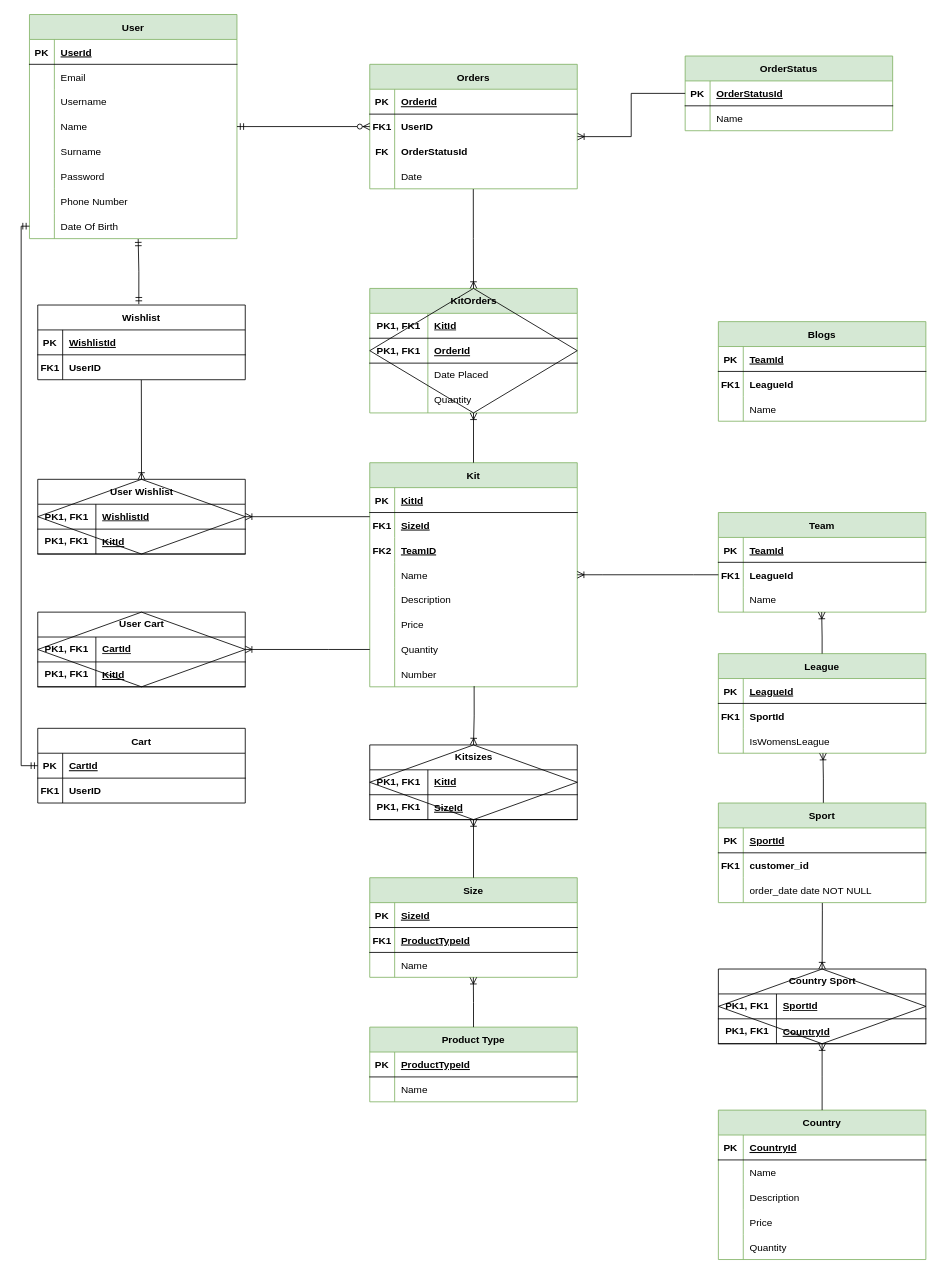
cssedi/vintage-kitman.app keeps this draw.io diagram as Docs/vintagekitmanERD.drawio. Above is the earlier version. Source tidied: cells renumbered, new cells numbered last; positions are measured from the earlier drawing's top-left corner, leaving out a move shared by most shapes. Both pictures are drawn from the tidied source at 83%, with x=0, y=0 at pixel (29, 14).
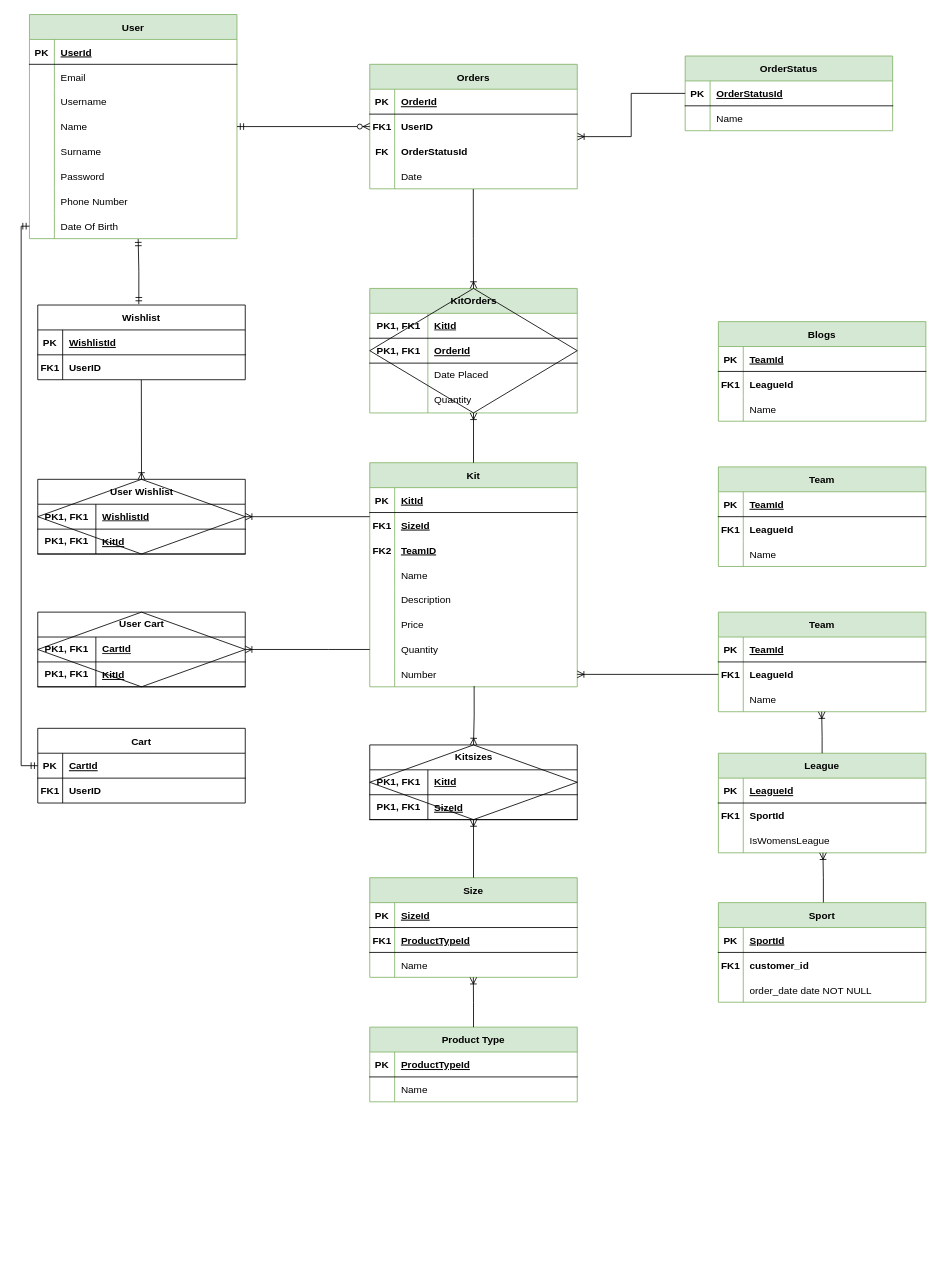
Above is the later version.

The change refers to these unchanged cells:
```xml
<mxCell id="50" style="shape=partialRectangle;fillColor=none;points=[[0,0.5],[1,0.5]];portConstraint=eastwest;top=0;left=0;right=0;bottom=0;" parent="40" vertex="1">
  <mxGeometry y="120" width="250" height="30" as="geometry" />
</mxCell>
<mxCell id="62" style="shape=partialRectangle;fillColor=none;points=[[0,0.5],[1,0.5]];portConstraint=eastwest;top=0;left=0;right=0;bottom=0;" parent="40" vertex="1">
  <mxGeometry y="240" width="250" height="30" as="geometry" />
</mxCell>
<mxCell id="88" style="shape=partialRectangle;fillColor=none;points=[[0,0.5],[1,0.5]];portConstraint=eastwest;top=0;left=0;right=0;bottom=0;" parent="81" vertex="1">
  <mxGeometry y="90" width="250" height="30" as="geometry" />
</mxCell>
<mxCell id="132" style="shape=partialRectangle;fillColor=none;points=[[0,0.5],[1,0.5]];portConstraint=eastwest;top=0;left=0;right=0;bottom=0;" parent="128" vertex="1">
  <mxGeometry y="60" width="250" height="30" as="geometry" />
</mxCell>
```

Diff of the diagram source:
```diff
@@
     <mxCell id="81" value="Sport" style="shape=table;startSize=30;childLayout=tableLayout;rowLines=0;fontStyle=1;align=center;fillColor=#d5e8d4;strokeColor=#82b366;" parent="1" vertex="1">
-      <mxGeometry x="830" y="950" width="250" height="120" as="geometry" />
+      <mxGeometry x="830" y="1070" width="250" height="120" as="geometry" />
     </mxCell>
@@
-    <mxCell id="91" value="Country" style="shape=table;startSize=30;childLayout=tableLayout;rowLines=0;fontStyle=1;align=center;fillColor=#d5e8d4;strokeColor=#82b366;" parent="1" vertex="1">
-      <mxGeometry x="830" y="1320" width="250" height="180" as="geometry" />
-    </mxCell>
-    <mxCell id="92" style="shape=partialRectangle;fillColor=none;top=0;left=0;right=0;bottom=1;" parent="91" vertex="1">
-      <mxGeometry y="30" width="250" height="30" as="geometry" />
-    </mxCell>
-    <mxCell id="93" value="PK" style="shape=partialRectangle;overflow=hidden;fillColor=none;top=0;left=0;bottom=0;right=0;fontStyle=1;" parent="92" vertex="1">
-      <mxGeometry width="30" height="30" as="geometry" />
-    </mxCell>
-    <mxCell id="94" value="CountryId" style="shape=partialRectangle;overflow=hidden;fillColor=none;top=0;left=0;bottom=0;right=0;align=left;spacingLeft=6;fontStyle=5;" parent="92" vertex="1">
-      <mxGeometry x="30" width="220" height="30" as="geometry" />
-    </mxCell>
-    <mxCell id="95" style="shape=partialRectangle;fillColor=none;top=0;left=0;right=0;bottom=0;" parent="91" vertex="1">
-      <mxGeometry y="60" width="250" height="30" as="geometry" />
-    </mxCell>
-    <mxCell id="96" style="shape=partialRectangle;overflow=hidden;fillColor=none;top=0;left=0;bottom=0;right=0;" parent="95" vertex="1">
-      <mxGeometry width="30" height="30" as="geometry" />
-    </mxCell>
-    <mxCell id="97" value="Name" style="shape=partialRectangle;overflow=hidden;fillColor=none;top=0;left=0;bottom=0;right=0;align=left;spacingLeft=6;" parent="95" vertex="1">
-      <mxGeometry x="30" width="220" height="30" as="geometry" />
-    </mxCell>
-    <mxCell id="98" style="shape=partialRectangle;fillColor=none;top=0;left=0;right=0;bottom=0;" parent="91" vertex="1">
-      <mxGeometry y="90" width="250" height="30" as="geometry" />
-    </mxCell>
-    <mxCell id="99" style="shape=partialRectangle;overflow=hidden;fillColor=none;top=0;left=0;bottom=0;right=0;" parent="98" vertex="1">
-      <mxGeometry width="30" height="30" as="geometry" />
-    </mxCell>
-    <mxCell id="100" value="Description" style="shape=partialRectangle;overflow=hidden;fillColor=none;top=0;left=0;bottom=0;right=0;align=left;spacingLeft=6;" parent="98" vertex="1">
-      <mxGeometry x="30" width="220" height="30" as="geometry" />
-    </mxCell>
-    <mxCell id="101" style="shape=partialRectangle;fillColor=none;top=0;left=0;right=0;bottom=0;" parent="91" vertex="1">
-      <mxGeometry y="120" width="250" height="30" as="geometry" />
-    </mxCell>
-    <mxCell id="102" style="shape=partialRectangle;overflow=hidden;fillColor=none;top=0;left=0;bottom=0;right=0;" parent="101" vertex="1">
-      <mxGeometry width="30" height="30" as="geometry" />
-    </mxCell>
-    <mxCell id="103" value="Price" style="shape=partialRectangle;overflow=hidden;fillColor=none;top=0;left=0;bottom=0;right=0;align=left;spacingLeft=6;" parent="101" vertex="1">
-      <mxGeometry x="30" width="220" height="30" as="geometry" />
-    </mxCell>
-    <mxCell id="104" style="shape=partialRectangle;fillColor=none;top=0;left=0;right=0;bottom=0;" parent="91" vertex="1">
-      <mxGeometry y="150" width="250" height="30" as="geometry" />
-    </mxCell>
-    <mxCell id="105" style="shape=partialRectangle;overflow=hidden;fillColor=none;top=0;left=0;bottom=0;right=0;" parent="104" vertex="1">
-      <mxGeometry width="30" height="30" as="geometry" />
-    </mxCell>
-    <mxCell id="106" value="Quantity" style="shape=partialRectangle;overflow=hidden;fillColor=none;top=0;left=0;bottom=0;right=0;align=left;spacingLeft=6;" parent="104" vertex="1">
-      <mxGeometry x="30" width="220" height="30" as="geometry" />
-    </mxCell>
-    <mxCell id="107" value="Country Sport" style="shape=table;startSize=30;childLayout=tableLayout;rowLines=0;fontStyle=1;align=center;html=1;" parent="1" vertex="1">
-      <mxGeometry x="830" y="1150" width="250" height="90" as="geometry" />
-    </mxCell>
-    <mxCell id="108" style="shape=tableRow;horizontal=0;startSize=0;swimlaneHead=0;swimlaneBody=0;fillColor=none;top=0;left=0;right=0;bottom=1;" parent="107" vertex="1">
-      <mxGeometry y="30" width="250" height="30" as="geometry" />
-    </mxCell>
-    <mxCell id="109" value="PK1, FK1" style="shape=partialRectangle;fillColor=none;top=0;left=0;bottom=0;right=0;fontStyle=1;overflow=hidden;whiteSpace=wrap;html=1;" parent="108" vertex="1">
-      <mxGeometry width="70" height="30" as="geometry" />
-    </mxCell>
-    <mxCell id="110" value="SportId" style="shape=partialRectangle;fillColor=none;top=0;left=0;bottom=0;right=0;align=left;spacingLeft=6;fontStyle=5;overflow=hidden;whiteSpace=wrap;html=1;" parent="108" vertex="1">
-      <mxGeometry x="70" width="180" height="30" as="geometry" />
-    </mxCell>
-    <mxCell id="111" style="shape=tableRow;horizontal=0;startSize=0;swimlaneHead=0;swimlaneBody=0;fillColor=none;top=0;left=0;right=0;bottom=1;" parent="107" vertex="1">
-      <mxGeometry y="60" width="250" height="30" as="geometry" />
-    </mxCell>
-    <mxCell id="112" style="shape=partialRectangle;fillColor=none;top=0;left=0;bottom=0;right=0;fontStyle=1;overflow=hidden;whiteSpace=wrap;html=1;" parent="111" vertex="1">
-      <mxGeometry width="70" height="30" as="geometry" />
-    </mxCell>
-    <mxCell id="113" style="shape=partialRectangle;fillColor=none;top=0;left=0;bottom=0;right=0;align=left;spacingLeft=6;fontStyle=5;overflow=hidden;whiteSpace=wrap;html=1;" parent="111" vertex="1">
-      <mxGeometry x="70" width="180" height="30" as="geometry" />
-    </mxCell>
-    <mxCell id="114" value="PK1, FK1" style="shape=partialRectangle;fillColor=none;top=0;left=0;bottom=0;right=0;fontStyle=1;overflow=hidden;whiteSpace=wrap;html=1;" parent="1" vertex="1">
-      <mxGeometry x="830" y="1210" width="70" height="30" as="geometry" />
-    </mxCell>
-    <mxCell id="115" value="CountryId" style="shape=partialRectangle;overflow=hidden;fillColor=none;top=0;left=0;bottom=0;right=0;align=left;spacingLeft=6;fontStyle=5;" parent="1" vertex="1">
-      <mxGeometry x="900" y="1210" width="180" height="30" as="geometry" />
-    </mxCell>
-    <mxCell id="116" style="shape=rhombus;perimeter=rhombusPerimeter;whiteSpace=wrap;html=1;align=center;fillColor=none;" parent="1" vertex="1">
-      <mxGeometry x="830" y="1150" width="250" height="90" as="geometry" />
-    </mxCell>
     <mxCell id="117" value="League" style="shape=table;startSize=30;childLayout=tableLayout;rowLines=0;fontStyle=1;align=center;fillColor=#d5e8d4;strokeColor=#82b366;" parent="1" vertex="1">
-      <mxGeometry x="830" y="770" width="250" height="120" as="geometry" />
+      <mxGeometry x="830" y="890" width="250" height="120" as="geometry" />
     </mxCell>
@@
     <mxCell id="127" style="edgeStyle=orthogonalEdgeStyle;fontSize=12;html=1;endArrow=ERoneToMany;rounded=0;exitX=0.506;exitY=-0.002;exitDx=0;exitDy=0;exitPerimeter=0;" parent="1" edge="1" source="81">
       <mxGeometry relative="1" as="geometry">
-        <mxPoint x="956" y="890" as="targetPoint" />
+        <mxPoint x="956" y="1010" as="targetPoint" />
         <Array as="points">
-          <mxPoint x="957" y="920" />
-          <mxPoint x="956" y="920" />
+          <mxPoint x="957" y="1040" />
+          <mxPoint x="956" y="1040" />
         </Array>
       </mxGeometry>
     </mxCell>
     <mxCell id="128" value="Team" style="shape=table;startSize=30;childLayout=tableLayout;rowLines=0;fontStyle=1;align=center;fillColor=#d5e8d4;strokeColor=#82b366;" parent="1" vertex="1">
-      <mxGeometry x="830" y="600" width="250" height="120" as="geometry" />
+      <mxGeometry x="830" y="720" width="250" height="120" as="geometry" />
     </mxCell>
@@
-    <mxCell id="145" style="edgeStyle=entityRelationEdgeStyle;fontSize=12;html=1;endArrow=ERoneToMany;rounded=0;entryX=1;entryY=0.5;entryDx=0;entryDy=0;exitX=0;exitY=0.5;exitDx=0;exitDy=0;" parent="1" edge="1" source="132" target="50">
+    <mxCell id="145" style="edgeStyle=orthogonalEdgeStyle;fontSize=12;html=1;endArrow=ERoneToMany;rounded=0;exitX=0;exitY=0.5;exitDx=0;exitDy=0;entryX=1;entryY=0.5;entryDx=0;entryDy=0;" parent="1" edge="1" source="132" target="62">
       <mxGeometry relative="1" as="geometry" />
     </mxCell>
     <mxCell id="146" style="edgeStyle=orthogonalEdgeStyle;fontSize=12;html=1;endArrow=ERoneToMany;rounded=0;exitX=0.5;exitY=0;exitDx=0;exitDy=0;" parent="1" edge="1" source="117">
       <mxGeometry relative="1" as="geometry">
-        <mxPoint x="954.5" y="720" as="targetPoint" />
+        <mxPoint x="954.5" y="840" as="targetPoint" />
         <Array as="points">
-          <mxPoint x="955" y="750" />
-          <mxPoint x="955" y="750" />
+          <mxPoint x="955" y="870" />
+          <mxPoint x="955" y="870" />
         </Array>
       </mxGeometry>
     </mxCell>
@@
-    <mxCell id="170" style="edgeStyle=orthogonalEdgeStyle;fontSize=12;html=1;endArrow=ERoneToMany;rounded=0;exitX=0.501;exitY=1.015;exitDx=0;exitDy=0;exitPerimeter=0;entryX=0.5;entryY=0;entryDx=0;entryDy=0;" parent="1" edge="1" source="88" target="116">
-      <mxGeometry relative="1" as="geometry">
-        <Array as="points">
-          <mxPoint x="955" y="1080" />
-          <mxPoint x="955" y="1080" />
-        </Array>
-      </mxGeometry>
-    </mxCell>
-    <mxCell id="171" style="edgeStyle=orthogonalEdgeStyle;fontSize=12;html=1;endArrow=ERoneToMany;rounded=0;exitX=0.5;exitY=0;exitDx=0;exitDy=0;entryX=0.5;entryY=1;entryDx=0;entryDy=0;" parent="1" edge="1" source="91" target="116">
-      <mxGeometry relative="1" as="geometry">
-        <Array as="points">
-          <mxPoint x="955" y="1280" />
-          <mxPoint x="955" y="1280" />
-        </Array>
-      </mxGeometry>
-    </mxCell>
@@
+    <mxCell id="232" value="Team" style="shape=table;startSize=30;childLayout=tableLayout;rowLines=0;fontStyle=1;align=center;fillColor=#d5e8d4;strokeColor=#82b366;" parent="1" vertex="1">
+      <mxGeometry x="830" y="545" width="250" height="120" as="geometry" />
+    </mxCell>
+    <mxCell id="92" style="shape=partialRectangle;fillColor=none;top=0;left=0;right=0;bottom=1;" parent="232" vertex="1">
+      <mxGeometry y="30" width="250" height="30" as="geometry" />
+    </mxCell>
+    <mxCell id="93" value="PK" style="shape=partialRectangle;overflow=hidden;fillColor=none;top=0;left=0;bottom=0;right=0;fontStyle=1;" parent="92" vertex="1">
+      <mxGeometry width="30" height="30" as="geometry" />
+    </mxCell>
+    <mxCell id="233" value="TeamId" style="shape=partialRectangle;overflow=hidden;fillColor=none;top=0;left=0;bottom=0;right=0;align=left;spacingLeft=6;fontStyle=5;" parent="92" vertex="1">
+      <mxGeometry x="30" width="220" height="30" as="geometry" />
+    </mxCell>
+    <mxCell id="95" style="shape=partialRectangle;fillColor=none;top=0;left=0;right=0;bottom=0;" parent="232" vertex="1">
+      <mxGeometry y="60" width="250" height="30" as="geometry" />
+    </mxCell>
+    <mxCell id="234" value="FK1" style="shape=partialRectangle;overflow=hidden;fillColor=none;top=0;left=0;bottom=0;right=0;fontStyle=1;" parent="95" vertex="1">
+      <mxGeometry width="30" height="30" as="geometry" />
+    </mxCell>
+    <mxCell id="235" value="LeagueId" style="shape=partialRectangle;overflow=hidden;fillColor=none;top=0;left=0;bottom=0;right=0;align=left;spacingLeft=6;fontStyle=1;" parent="95" vertex="1">
+      <mxGeometry x="30" width="220" height="30" as="geometry" />
+    </mxCell>
+    <mxCell id="98" style="shape=partialRectangle;fillColor=none;top=0;left=0;right=0;bottom=0;" parent="232" vertex="1">
+      <mxGeometry y="90" width="250" height="30" as="geometry" />
+    </mxCell>
+    <mxCell id="236" style="shape=partialRectangle;overflow=hidden;fillColor=none;top=0;left=0;bottom=0;right=0;" parent="98" vertex="1">
+      <mxGeometry width="30" height="30" as="geometry" />
+    </mxCell>
+    <mxCell id="97" value="Name" style="shape=partialRectangle;overflow=hidden;fillColor=none;top=0;left=0;bottom=0;right=0;align=left;spacingLeft=6;" parent="98" vertex="1">
+      <mxGeometry x="30" width="220" height="30" as="geometry" />
+    </mxCell>
```
